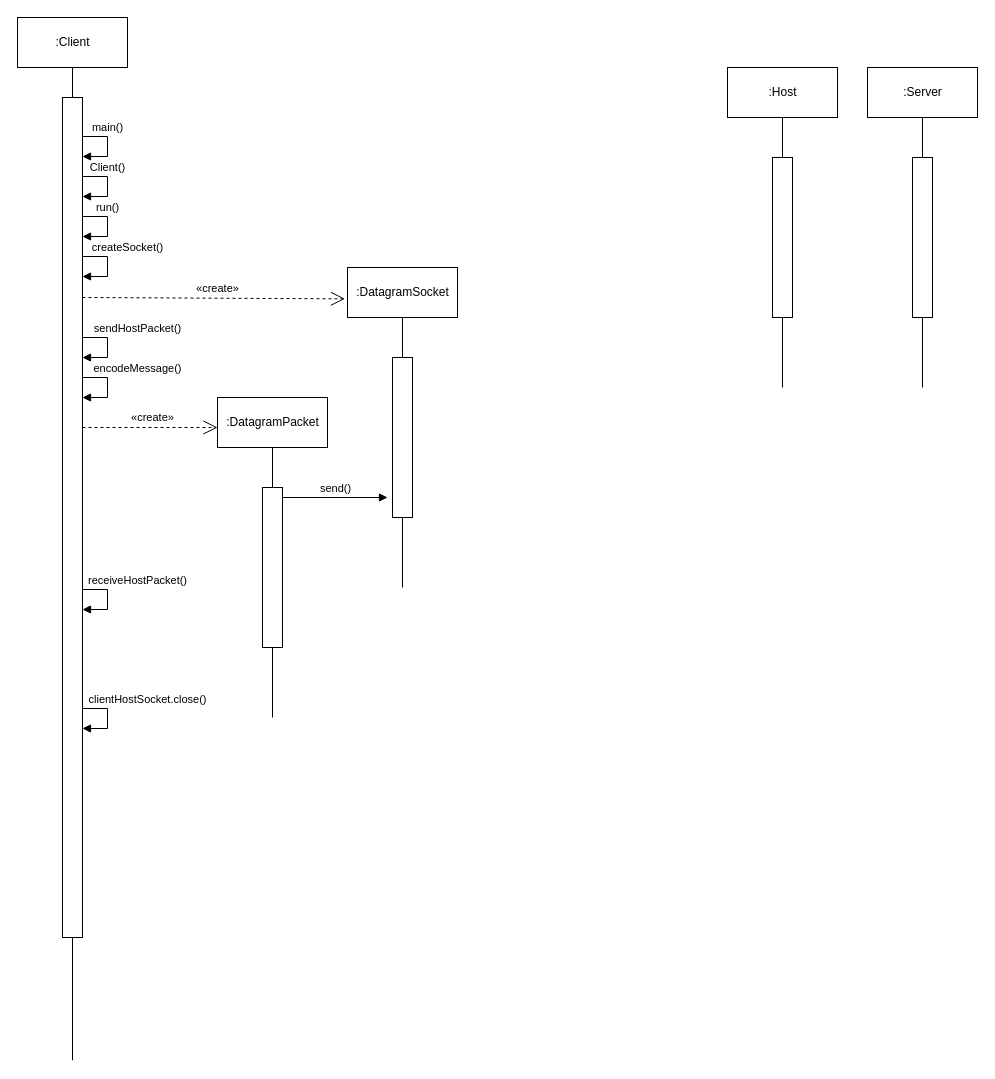
This is page "UML-sequence" (2 of 2) of UML-A2.drawio from trong0dn/Client-Intermediate-Server, a draw.io file, before an edit. Source tidied: cells renumbered, new cells numbered last; positions are measured from the earlier drawing's top-left corner, leaving out a move shared by most shapes. Both pictures are drawn from the tidied source at 100%, with x=0, y=0 at pixel (17, 17).
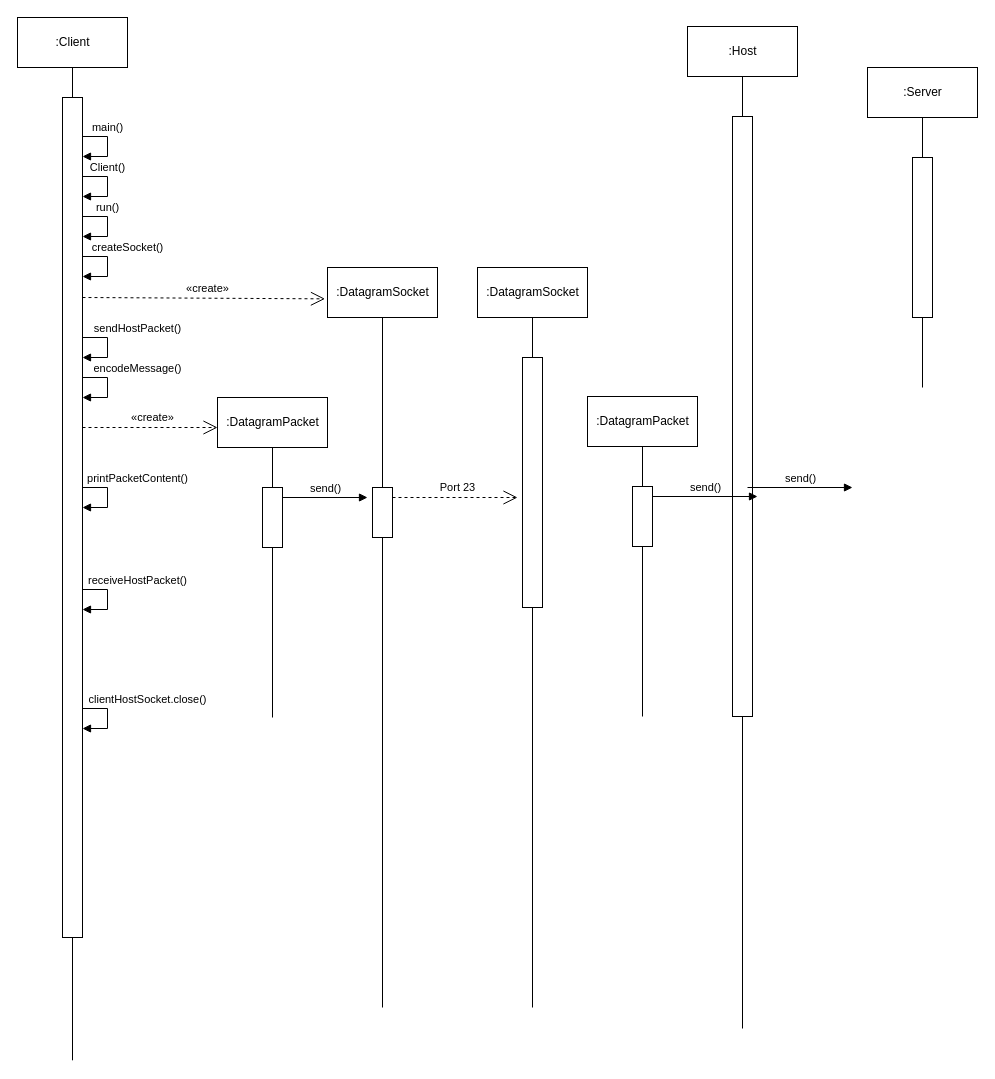
The same diagram, later.

Diff of the diagram source:
```diff
@@
     <mxCell id="6" value=":DatagramSocket" style="html=1;" parent="1" vertex="1">
-      <mxGeometry x="330" y="250" width="110" height="50" as="geometry" />
+      <mxGeometry x="310" y="250" width="110" height="50" as="geometry" />
     </mxCell>
@@
     <mxCell id="8" style="rounded=0;whiteSpace=wrap;html=1;" parent="1" vertex="1">
-      <mxGeometry x="375" y="340" width="20" height="160" as="geometry" />
+      <mxGeometry x="355" y="470" width="20" height="50" as="geometry" />
     </mxCell>
     <mxCell id="9" style="endArrow=none;html=1;rounded=0;" parent="1" edge="1" source="8">
       <mxGeometry relative="1" as="geometry">
-        <mxPoint x="385" y="570" as="targetPoint" />
+        <mxPoint x="365" y="990" as="targetPoint" />
       </mxGeometry>
     </mxCell>
@@
     <mxCell id="22" value=":Host" style="html=1;" parent="1" vertex="1">
-      <mxGeometry x="710" y="50" width="110" height="50" as="geometry" />
+      <mxGeometry x="670" y="9" width="110" height="50" as="geometry" />
     </mxCell>
@@
     <mxCell id="24" style="rounded=0;whiteSpace=wrap;html=1;" parent="1" vertex="1">
-      <mxGeometry x="755" y="140" width="20" height="160" as="geometry" />
+      <mxGeometry x="715" y="99" width="20" height="600" as="geometry" />
     </mxCell>
     <mxCell id="25" style="endArrow=none;html=1;rounded=0;" parent="1" edge="1" source="24">
       <mxGeometry relative="1" as="geometry">
-        <mxPoint x="765" y="370" as="targetPoint" />
+        <mxPoint x="725" y="1011" as="targetPoint" />
       </mxGeometry>
     </mxCell>
@@
     <mxCell id="29" style="rounded=0;whiteSpace=wrap;html=1;" parent="1" vertex="1">
-      <mxGeometry x="245" y="470" width="20" height="160" as="geometry" />
+      <mxGeometry x="245" y="470" width="20" height="60" as="geometry" />
     </mxCell>
@@
     <mxCell id="32" value="send()" style="html=1;verticalAlign=bottom;endArrow=block;rounded=0;" parent="1" edge="1">
       <mxGeometry relative="1" as="geometry">
         <mxPoint x="265" y="480" as="sourcePoint" />
-        <mxPoint x="370" y="480" as="targetPoint" />
+        <mxPoint x="350" y="480" as="targetPoint" />
       </mxGeometry>
     </mxCell>
+    <mxCell id="33" value="printPacketContent()" style="html=1;verticalAlign=bottom;endArrow=block;rounded=0;" parent="1" edge="1">
+      <mxGeometry x="-0.29" y="30" relative="1" as="geometry">
+        <mxPoint x="65" y="470" as="sourcePoint" />
+        <mxPoint x="65" y="490" as="targetPoint" />
+        <Array as="points">
+          <mxPoint x="90" y="470" />
+          <mxPoint x="90" y="490" />
+        </Array>
+      </mxGeometry>
+    </mxCell>
+    <mxCell id="34" value="send()" style="html=1;verticalAlign=bottom;endArrow=block;rounded=0;" parent="1" edge="1">
+      <mxGeometry relative="1" as="geometry">
+        <mxPoint x="730" y="470" as="sourcePoint" />
+        <mxPoint x="835" y="470" as="targetPoint" />
+      </mxGeometry>
+    </mxCell>
+    <mxCell id="35" value=":DatagramSocket" style="html=1;" parent="1" vertex="1">
+      <mxGeometry x="460" y="250" width="110" height="50" as="geometry" />
+    </mxCell>
+    <mxCell id="36" style="rounded=0;whiteSpace=wrap;html=1;" parent="1" vertex="1">
+      <mxGeometry x="505" y="340" width="20" height="250" as="geometry" />
+    </mxCell>
+    <mxCell id="37" style="endArrow=none;html=1;rounded=0;" parent="1" edge="1" source="36">
+      <mxGeometry relative="1" as="geometry">
+        <mxPoint x="515" y="990" as="targetPoint" />
+      </mxGeometry>
+    </mxCell>
+    <mxCell id="38" style="endArrow=none;html=1;rounded=0;" parent="1" edge="1" source="36" target="35">
+      <mxGeometry relative="1" as="geometry" />
+    </mxCell>
+    <mxCell id="39" value=":DatagramPacket" style="html=1;" parent="1" vertex="1">
+      <mxGeometry x="570" y="379" width="110" height="50" as="geometry" />
+    </mxCell>
+    <mxCell id="40" style="endArrow=none;html=1;rounded=0;" parent="1" edge="1" source="41" target="39">
+      <mxGeometry relative="1" as="geometry" />
+    </mxCell>
+    <mxCell id="41" style="rounded=0;whiteSpace=wrap;html=1;" parent="1" vertex="1">
+      <mxGeometry x="615" y="469" width="20" height="60" as="geometry" />
+    </mxCell>
+    <mxCell id="42" style="endArrow=none;html=1;rounded=0;" parent="1" edge="1" source="41">
+      <mxGeometry relative="1" as="geometry">
+        <mxPoint x="625" y="699" as="targetPoint" />
+      </mxGeometry>
+    </mxCell>
+    <mxCell id="43" value="send()" style="html=1;verticalAlign=bottom;endArrow=block;rounded=0;" parent="1" edge="1">
+      <mxGeometry relative="1" as="geometry">
+        <mxPoint x="635" y="479" as="sourcePoint" />
+        <mxPoint x="740" y="479" as="targetPoint" />
+      </mxGeometry>
+    </mxCell>
+    <mxCell id="44" value="Port 23" style="endArrow=open;endSize=12;dashed=1;html=1;rounded=0;" parent="1" edge="1">
+      <mxGeometry x="0.04" y="10" relative="1" as="geometry">
+        <mxPoint x="375" y="480" as="sourcePoint" />
+        <mxPoint x="500" y="480" as="targetPoint" />
+      </mxGeometry>
+    </mxCell>
```
